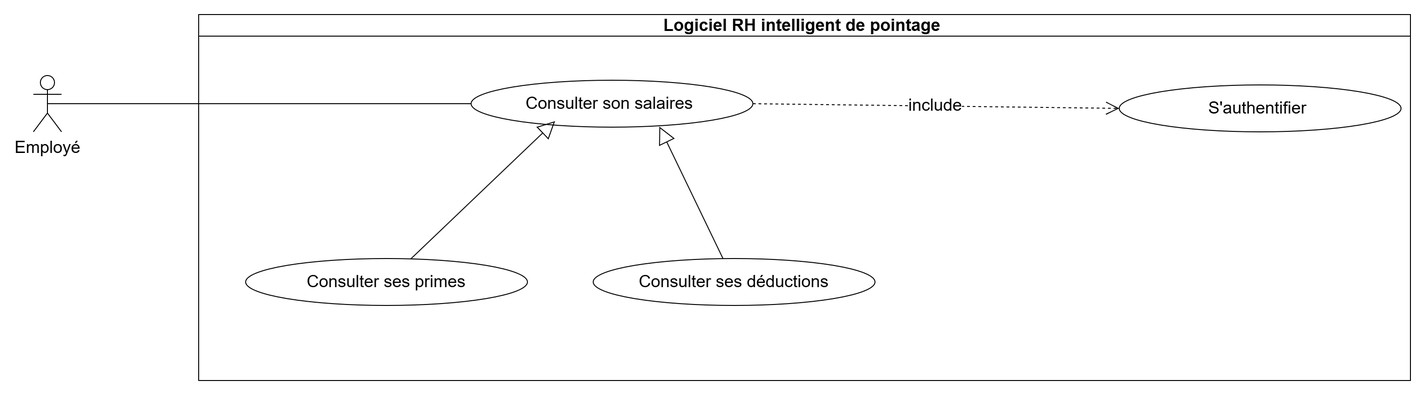
The draw.io diagram projet/images/usecase/sprint 3/CS.png in louu7895/pfe, before a commit. Source tidied: cells renumbered, new cells last; positions are measured from the earlier drawing's top-left corner, leaving out a move shared by most shapes.
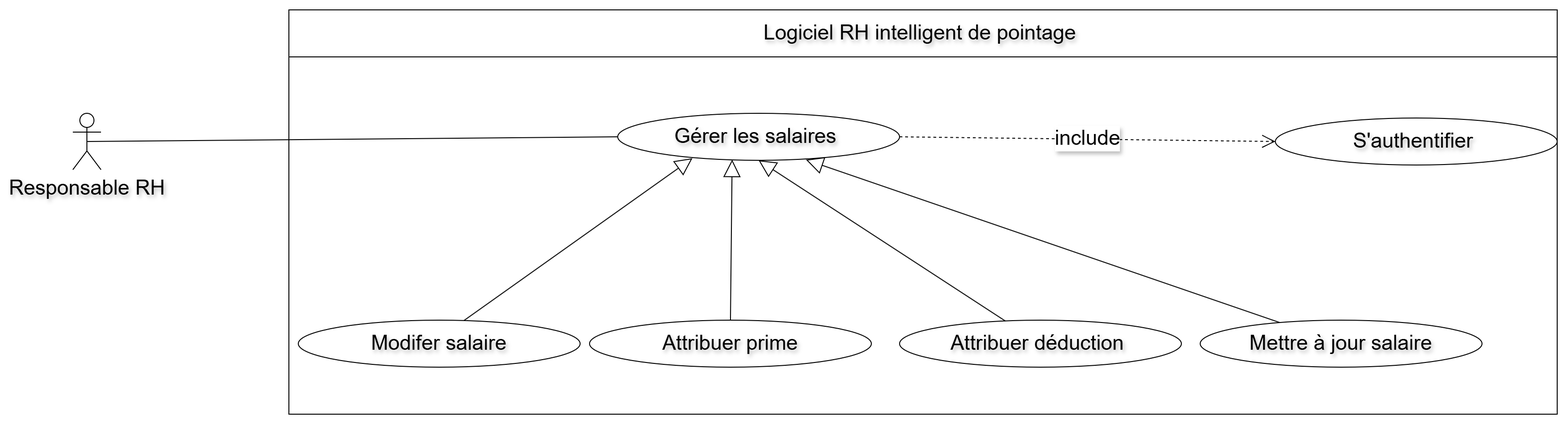
After the change.

The edit, as a diff of the source:
```diff
@@ -2,35 +2,47 @@
   <root>
     <mxCell id="0" />
     <mxCell id="1" parent="0" />
-    <mxCell id="2" value="Employé" style="shape=umlActor;verticalLabelPosition=bottom;verticalAlign=top;html=1;outlineConnect=0;fontSize=18;" parent="1" vertex="1">
-      <mxGeometry y="65" width="30" height="60" as="geometry" />
+    <mxCell id="2" value="Responsable RH" style="shape=umlActor;verticalLabelPosition=bottom;verticalAlign=top;html=1;outlineConnect=0;fontSize=22;fontStyle=0;textShadow=1;" parent="1" vertex="1">
+      <mxGeometry x="-634" y="-30" width="30" height="60" as="geometry" />
     </mxCell>
-    <mxCell id="3" value="Logiciel RH intelligent de pointage&amp;nbsp;" style="swimlane;whiteSpace=wrap;html=1;fontSize=18;" parent="1" vertex="1">
-      <mxGeometry x="176" width="1290" height="390" as="geometry" />
+    <mxCell id="3" value="Logiciel RH intelligent de pointage&amp;nbsp;" style="swimlane;whiteSpace=wrap;html=1;fontSize=22;startSize=50;fontStyle=0;textShadow=1;" parent="1" vertex="1">
+      <mxGeometry x="-404" y="-140" width="1350" height="430" as="geometry" />
     </mxCell>
-    <mxCell id="4" style="endArrow=none;html=1;rounded=0;entryX=0;entryY=0.5;entryDx=0;entryDy=0;exitX=0.5;exitY=0.5;exitDx=0;exitDy=0;exitPerimeter=0;fontSize=18;" parent="1" edge="1" source="2" target="5">
-      <mxGeometry relative="1" as="geometry" />
+    <mxCell id="4" value="S'authentifier&amp;nbsp;" style="ellipse;whiteSpace=wrap;html=1;fontSize=22;fontStyle=0;textShadow=1;" parent="3" vertex="1">
+      <mxGeometry x="1050" y="115" width="300" height="50" as="geometry" />
     </mxCell>
-    <mxCell id="5" value="Consulter son salaires&amp;nbsp;" style="ellipse;whiteSpace=wrap;html=1;fontSize=18;" parent="1" vertex="1">
-      <mxGeometry x="466" y="70" width="300" height="50" as="geometry" />
+    <mxCell id="5" style="endArrow=none;html=1;rounded=0;entryX=0;entryY=0.5;entryDx=0;entryDy=0;exitX=0.5;exitY=0.5;exitDx=0;exitDy=0;exitPerimeter=0;fontSize=22;fontStyle=0;textShadow=1;" parent="1" edge="1" source="2" target="6">
+      <mxGeometry relative="1" as="geometry" />
     </mxCell>
-    <mxCell id="6" style="endArrow=block;endSize=16;endFill=0;html=1;rounded=0;entryX=0.668;entryY=0.988;entryDx=0;entryDy=0;entryPerimeter=0;fontSize=18;" parent="1" edge="1" source="11" target="5">
-      <mxGeometry relative="1" as="geometry" />
+    <mxCell id="6" value="Gérer les salaires&amp;nbsp;" style="ellipse;whiteSpace=wrap;html=1;fontSize=22;fontStyle=0;textShadow=1;" parent="1" vertex="1">
+      <mxGeometry x="-54" y="-30" width="300" height="50" as="geometry" />
     </mxCell>
-    <mxCell id="7" value="include" style="endArrow=open;endSize=12;dashed=1;html=1;rounded=0;entryX=0;entryY=0.5;entryDx=0;entryDy=0;exitX=1;exitY=0.5;exitDx=0;exitDy=0;fontSize=18;" parent="1" edge="1" source="5" target="9">
-      <mxGeometry relative="1" as="geometry" />
+    <mxCell id="7" value="Mettre à jour&amp;nbsp;&lt;span style=&quot;background-color: transparent; color: light-dark(rgb(0, 0, 0), rgb(255, 255, 255));&quot;&gt;salaire&lt;/span&gt;" style="ellipse;whiteSpace=wrap;html=1;fontSize=22;fontStyle=0;textShadow=1;" parent="1" vertex="1">
+      <mxGeometry x="566" y="190" width="300" height="50" as="geometry" />
     </mxCell>
-    <mxCell id="8" style="endArrow=block;endSize=16;endFill=0;html=1;rounded=0;entryX=0.298;entryY=0.873;entryDx=0;entryDy=0;fontSize=18;entryPerimeter=0;" parent="1" edge="1" source="10" target="5">
-      <mxGeometry relative="1" as="geometry" />
+    <mxCell id="8" value="Modifer salaire" style="ellipse;whiteSpace=wrap;html=1;fontSize=22;fontStyle=0;textShadow=1;" parent="1" vertex="1">
+      <mxGeometry x="-394" y="190" width="300" height="50" as="geometry" />
     </mxCell>
-    <mxCell id="9" value="S'authentifier&amp;nbsp;" style="ellipse;whiteSpace=wrap;html=1;fontSize=18;" parent="1" vertex="1">
-      <mxGeometry x="1156" y="75" width="300" height="50" as="geometry" />
+    <mxCell id="9" style="endArrow=block;endSize=16;endFill=0;html=1;rounded=0;entryX=0.265;entryY=0.956;entryDx=0;entryDy=0;entryPerimeter=0;exitX=0.589;exitY=0.003;exitDx=0;exitDy=0;exitPerimeter=0;fontSize=22;fontStyle=0;textShadow=1;" parent="1" edge="1" source="8" target="6">
+      <mxGeometry relative="1" as="geometry" />
     </mxCell>
-    <mxCell id="10" value="&lt;div&gt;&lt;div&gt;Consulter ses primes&lt;/div&gt;&lt;/div&gt;" style="ellipse;whiteSpace=wrap;html=1;fontSize=18;" parent="1" vertex="1">
-      <mxGeometry x="226" y="260" width="300" height="50" as="geometry" />
+    <mxCell id="10" style="endArrow=block;endSize=16;endFill=0;html=1;rounded=0;entryX=0.668;entryY=0.988;entryDx=0;entryDy=0;entryPerimeter=0;fontSize=22;fontStyle=0;textShadow=1;" parent="1" edge="1" source="7" target="6">
+      <mxGeometry relative="1" as="geometry" />
     </mxCell>
-    <mxCell id="11" value="Consulter ses déductions" style="ellipse;whiteSpace=wrap;html=1;fontSize=18;" parent="1" vertex="1">
-      <mxGeometry x="596" y="260" width="300" height="50" as="geometry" />
+    <mxCell id="11" value="include" style="endArrow=open;endSize=12;dashed=1;html=1;rounded=0;entryX=0;entryY=0.5;entryDx=0;entryDy=0;exitX=1;exitY=0.5;exitDx=0;exitDy=0;fontSize=22;fontStyle=0;textShadow=1;" parent="1" edge="1" source="6" target="4">
+      <mxGeometry relative="1" as="geometry" />
     </mxCell>
+    <mxCell id="12" value="&lt;div&gt;&lt;div&gt;Attribuer déduction&amp;nbsp;&lt;/div&gt;&lt;/div&gt;" style="ellipse;whiteSpace=wrap;html=1;fontSize=22;fontStyle=0;textShadow=1;" parent="1" vertex="1">
+      <mxGeometry x="246" y="190" width="300" height="50" as="geometry" />
+    </mxCell>
+    <mxCell id="13" value="&lt;div&gt;&lt;div&gt;Attribuer prime&lt;/div&gt;&lt;/div&gt;" style="ellipse;whiteSpace=wrap;html=1;fontSize=22;fontStyle=0;textShadow=1;" parent="1" vertex="1">
+      <mxGeometry x="-84" y="190" width="300" height="50" as="geometry" />
+    </mxCell>
+    <mxCell id="14" style="endArrow=block;endSize=16;endFill=0;html=1;rounded=0;entryX=0.406;entryY=0.986;entryDx=0;entryDy=0;entryPerimeter=0;fontSize=22;fontStyle=0;textShadow=1;" parent="1" edge="1" source="13" target="6">
+      <mxGeometry relative="1" as="geometry" />
+    </mxCell>
+    <mxCell id="15" style="endArrow=block;endSize=16;endFill=0;html=1;rounded=0;entryX=0.5;entryY=1;entryDx=0;entryDy=0;fontSize=22;fontStyle=0;textShadow=1;" parent="1" edge="1" source="12" target="6">
+      <mxGeometry relative="1" as="geometry" />
+    </mxCell>
   </root>
 </mxGraphModel>
```
